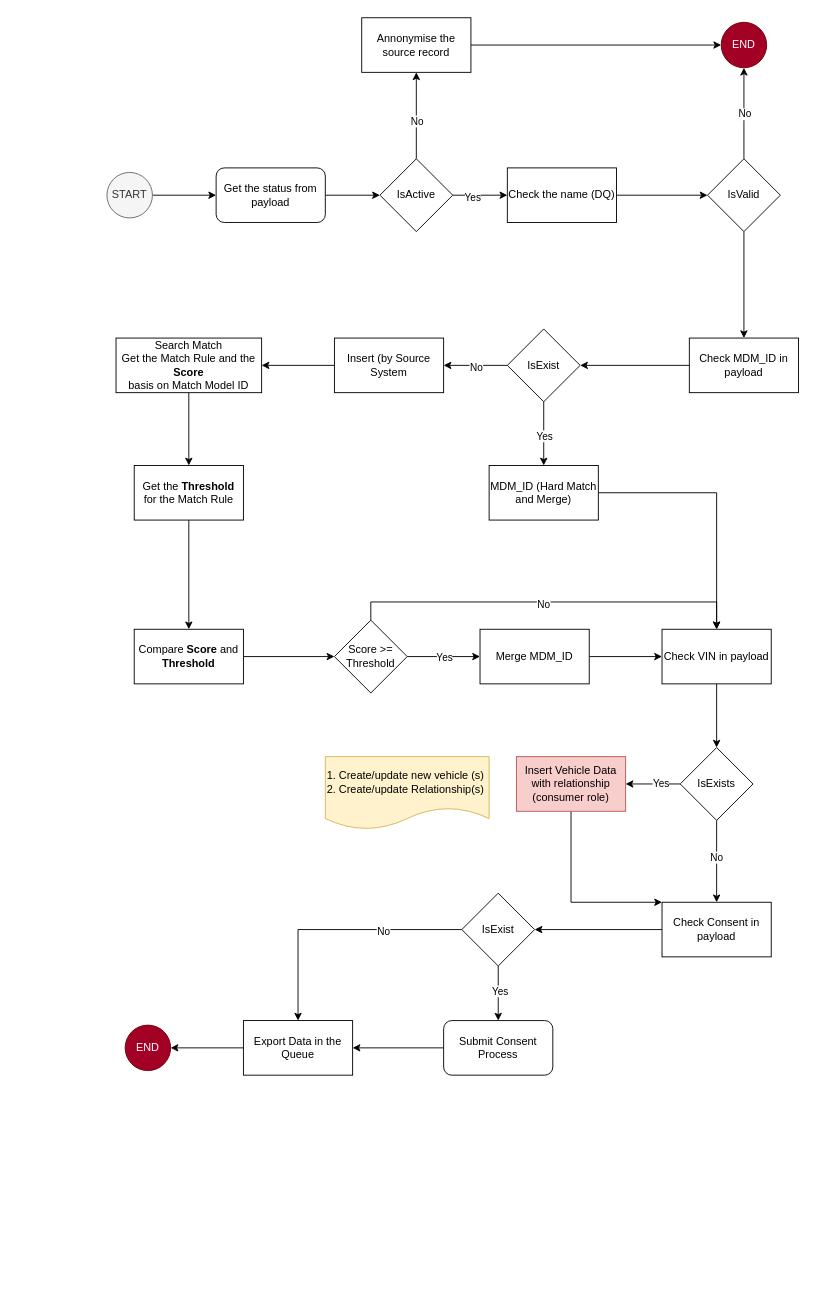
biswarup81/drawings keeps this draw.io diagram as page "Page-18" (18 of 18) of TME-Misc_Design.drawio. Above is the earlier version. Source tidied: cells renumbered, new cells numbered last; positions are measured from the earlier drawing's top-left corner, leaving out a move shared by most shapes. Both pictures are drawn from the tidied source at 91%, with x=0, y=0 at pixel (106, 17).
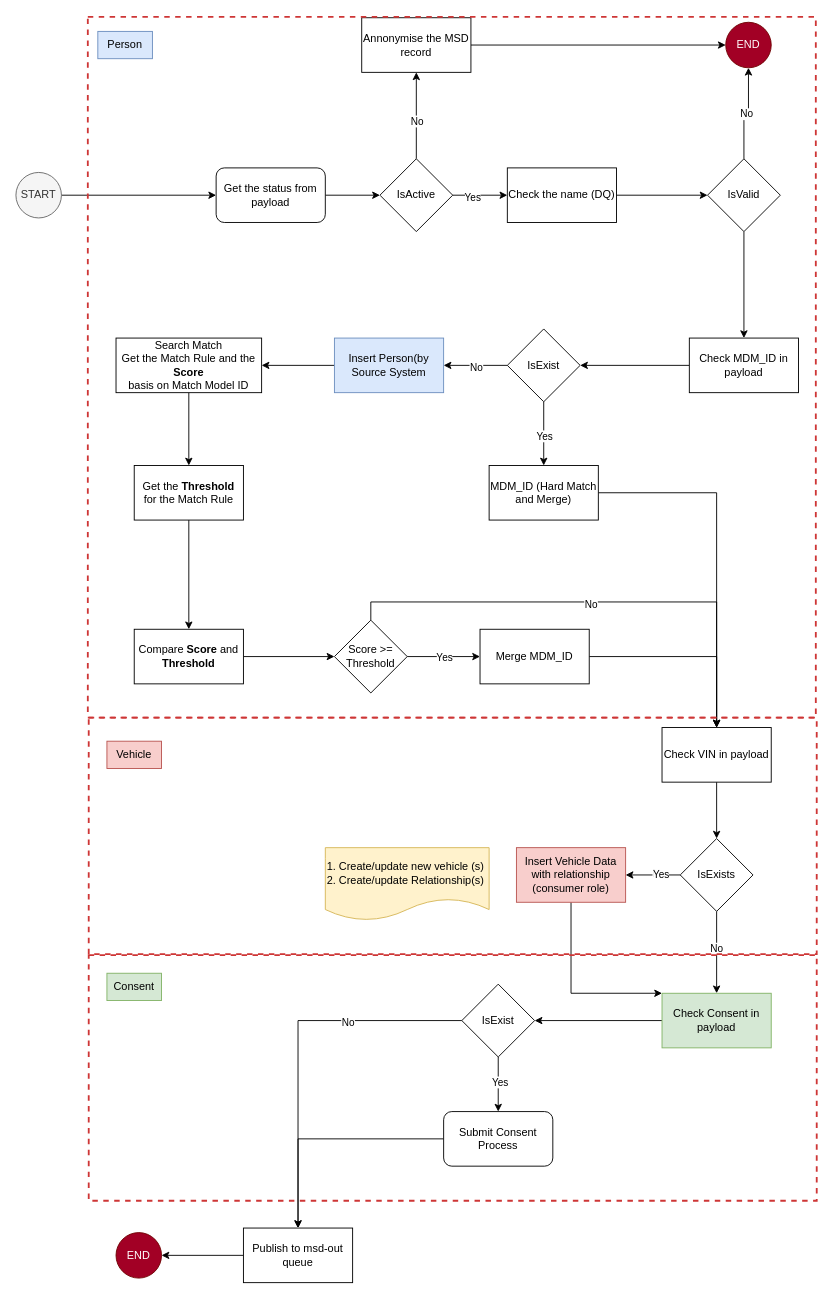
The same page after the edit.

Diff of the diagram source:
```diff
@@
     <mxCell id="5" value="START" style="ellipse;whiteSpace=wrap;html=1;fillColor=#f5f5f5;fontColor=#333333;strokeColor=#666666;" parent="1" vertex="1">
-      <mxGeometry y="170" width="50" height="50" as="geometry" />
+      <mxGeometry x="-100" y="170" width="50" height="50" as="geometry" />
     </mxCell>
@@
-    <mxCell id="14" value="Annonymise the source record" style="whiteSpace=wrap;html=1;" parent="1" vertex="1">
+    <mxCell id="14" value="Annonymise the MSD record" style="whiteSpace=wrap;html=1;" parent="1" vertex="1">
       <mxGeometry x="280" width="120" height="60" as="geometry" />
     </mxCell>
@@
     <mxCell id="19" value="END" style="ellipse;whiteSpace=wrap;html=1;fillColor=#a20025;fontColor=#ffffff;strokeColor=#6F0000;" parent="1" vertex="1">
-      <mxGeometry x="675" y="5" width="50" height="50" as="geometry" />
+      <mxGeometry x="680" y="5" width="50" height="50" as="geometry" />
     </mxCell>
@@
-    <mxCell id="30" value="Insert (by Source System" style="whiteSpace=wrap;html=1;" parent="1" vertex="1">
+    <mxCell id="30" value="Insert Person(by Source System" style="whiteSpace=wrap;html=1;fillColor=#dae8fc;strokeColor=#6c8ebf;" parent="1" vertex="1">
       <mxGeometry x="250" y="352" width="120" height="60" as="geometry" />
     </mxCell>
@@
     <mxCell id="45" value="Check VIN in payload" style="whiteSpace=wrap;html=1;" parent="1" vertex="1">
-      <mxGeometry x="610" y="672" width="120" height="60" as="geometry" />
+      <mxGeometry x="610" y="780" width="120" height="60" as="geometry" />
     </mxCell>
@@
     <mxCell id="51" value="IsExists" style="rhombus;whiteSpace=wrap;html=1;" parent="1" vertex="1">
-      <mxGeometry x="630" y="802" width="80" height="80" as="geometry" />
+      <mxGeometry x="630" y="902" width="80" height="80" as="geometry" />
     </mxCell>
@@
-    <mxCell id="53" value="Check Consent in payload" style="whiteSpace=wrap;html=1;" parent="1" vertex="1">
-      <mxGeometry x="610" y="972" width="120" height="60" as="geometry" />
+    <mxCell id="53" value="Check Consent in payload" style="whiteSpace=wrap;html=1;fillColor=#d5e8d4;strokeColor=#82b366;" parent="1" vertex="1">
+      <mxGeometry x="610" y="1072" width="120" height="60" as="geometry" />
     </mxCell>
     <mxCell id="54" style="edgeStyle=orthogonalEdgeStyle;rounded=0;jettySize=auto;html=1;exitX=0.5;exitY=1;exitDx=0;exitDy=0;entryX=0;entryY=0;entryDx=0;entryDy=0;" parent="1" edge="1" source="55" target="53">
       <mxGeometry relative="1" as="geometry">
         <Array as="points">
-          <mxPoint x="510" y="972" />
+          <mxPoint x="510" y="1072" />
         </Array>
       </mxGeometry>
     </mxCell>
     <mxCell id="55" value="Insert Vehicle Data with relationship (consumer role)" style="whiteSpace=wrap;html=1;fillColor=#f8cecc;strokeColor=#b85450;" parent="1" vertex="1">
-      <mxGeometry x="450" y="812" width="120" height="60" as="geometry" />
+      <mxGeometry x="450" y="912" width="120" height="60" as="geometry" />
     </mxCell>
@@
     <mxCell id="60" value="IsExist" style="rhombus;whiteSpace=wrap;html=1;" parent="1" vertex="1">
-      <mxGeometry x="390" y="962" width="80" height="80" as="geometry" />
+      <mxGeometry x="390" y="1062" width="80" height="80" as="geometry" />
     </mxCell>
@@
     <mxCell id="62" value="Submit Consent Process" style="rounded=1;whiteSpace=wrap;html=1;" parent="1" vertex="1">
-      <mxGeometry x="370" y="1102" width="120" height="60" as="geometry" />
+      <mxGeometry x="370" y="1202" width="120" height="60" as="geometry" />
     </mxCell>
@@
-    <mxCell id="64" value="Export Data in the Queue" style="whiteSpace=wrap;html=1;" parent="1" vertex="1">
-      <mxGeometry x="150" y="1102" width="120" height="60" as="geometry" />
+    <mxCell id="64" value="Publish to msd-out queue" style="whiteSpace=wrap;html=1;" parent="1" vertex="1">
+      <mxGeometry x="150" y="1330" width="120" height="60" as="geometry" />
     </mxCell>
+    <mxCell id="67" style="rounded=0;whiteSpace=wrap;html=1;fillColor=none;dashed=1;strokeColor=#ce3636;strokeWidth=2;" parent="1" vertex="1">
+      <mxGeometry x="-21" y="-1" width="800" height="770" as="geometry" />
+    </mxCell>
     <mxCell id="65" value="END" style="ellipse;whiteSpace=wrap;html=1;fillColor=#a20025;fontColor=#ffffff;strokeColor=#6F0000;" parent="1" vertex="1">
-      <mxGeometry x="20" y="1107" width="50" height="50" as="geometry" />
+      <mxGeometry x="10" y="1335" width="50" height="50" as="geometry" />
     </mxCell>
     <mxCell id="66" value="1. Create/update new vehicle (s)&lt;div&gt;2. Create/update Relationship(s)&lt;/div&gt;" style="shape=document;whiteSpace=wrap;html=1;boundedLbl=1;fillColor=#fff2cc;strokeColor=#d6b656;align=left;" parent="1" vertex="1">
-      <mxGeometry x="240" y="812" width="180" height="80" as="geometry" />
+      <mxGeometry x="240" y="912" width="180" height="80" as="geometry" />
     </mxCell>
+    <mxCell id="68" style="rounded=0;whiteSpace=wrap;html=1;fillColor=none;dashed=1;strokeColor=#ce3636;strokeWidth=2;" parent="1" vertex="1">
+      <mxGeometry x="-20" y="769" width="800" height="260" as="geometry" />
+    </mxCell>
+    <mxCell id="69" style="rounded=0;whiteSpace=wrap;html=1;fillColor=none;dashed=1;strokeColor=#ce3636;strokeWidth=2;" parent="1" vertex="1">
+      <mxGeometry x="-20" y="1030" width="800" height="270" as="geometry" />
+    </mxCell>
+    <mxCell id="70" value="Person" style="text;html=1;align=center;verticalAlign=middle;whiteSpace=wrap;rounded=0;fillColor=#dae8fc;strokeColor=#6c8ebf;" parent="1" vertex="1">
+      <mxGeometry x="-10" y="15" width="60" height="30" as="geometry" />
+    </mxCell>
+    <mxCell id="71" value="Vehicle" style="text;html=1;align=center;verticalAlign=middle;whiteSpace=wrap;rounded=0;fillColor=#f8cecc;strokeColor=#b85450;" parent="1" vertex="1">
+      <mxGeometry y="795" width="60" height="30" as="geometry" />
+    </mxCell>
+    <mxCell id="72" value="Consent" style="text;html=1;align=center;verticalAlign=middle;whiteSpace=wrap;rounded=0;fillColor=#d5e8d4;strokeColor=#82b366;" parent="1" vertex="1">
+      <mxGeometry y="1050" width="60" height="30" as="geometry" />
+    </mxCell>
```
